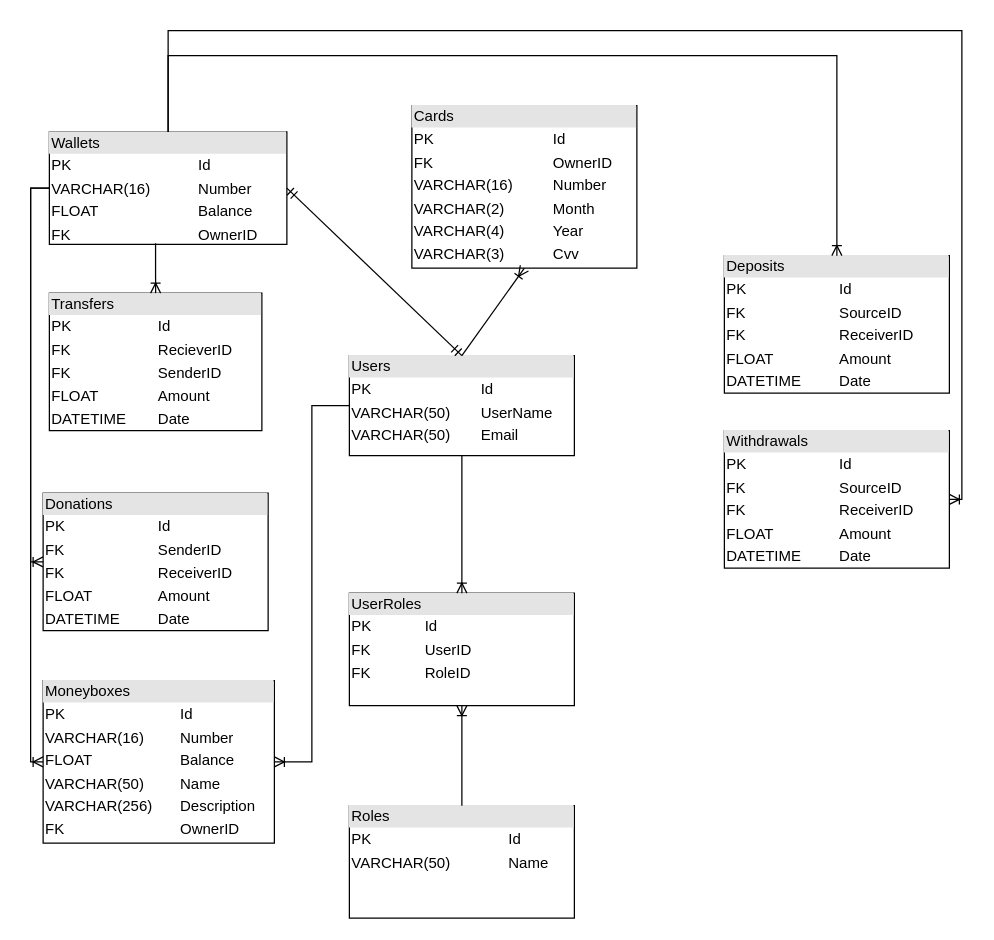
Above: db-scheme.drawio in medadon41/bsuir-dm-dbms (draw.io), before the change. Source tidied: cells renumbered, new cells numbered last; positions are measured from the earlier drawing's top-left corner, leaving out a move shared by most shapes. Both pictures are drawn from the tidied source at 125%, with x=0, y=0 at pixel (42, 30).
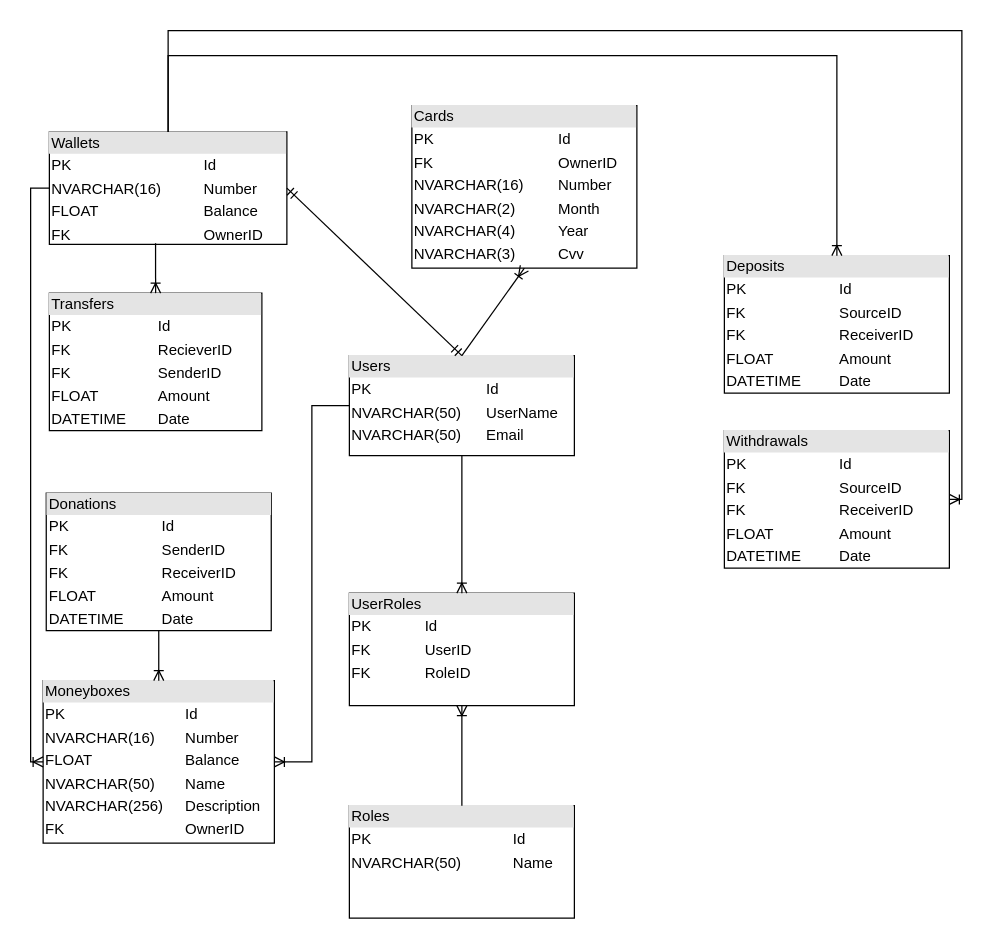
After the change.

Change to the diagram source:
```diff
@@
-    <mxCell id="2" value="&lt;div style=&quot;box-sizing: border-box ; width: 100% ; background: #e4e4e4 ; padding: 2px&quot;&gt;Users&lt;br&gt;&lt;/div&gt;&lt;table style=&quot;width: 100% ; font-size: 1em&quot; cellspacing=&quot;0&quot; cellpadding=&quot;2&quot;&gt;&lt;tbody&gt;&lt;tr&gt;&lt;td&gt;PK&lt;/td&gt;&lt;td&gt;Id&lt;br&gt;&lt;/td&gt;&lt;/tr&gt;&lt;tr&gt;&lt;td&gt;VARCHAR(50)&lt;br&gt;&lt;/td&gt;&lt;td&gt;UserName&lt;/td&gt;&lt;/tr&gt;&lt;tr&gt;&lt;td&gt;VARCHAR(50)&lt;br&gt;&lt;/td&gt;&lt;td&gt;Email&lt;/td&gt;&lt;/tr&gt;&lt;/tbody&gt;&lt;/table&gt;" style="verticalAlign=top;align=left;overflow=fill;html=1;" parent="1" vertex="1">
+    <mxCell id="2" value="&lt;div style=&quot;box-sizing: border-box ; width: 100% ; background: #e4e4e4 ; padding: 2px&quot;&gt;Users&lt;br&gt;&lt;/div&gt;&lt;table style=&quot;width: 100% ; font-size: 1em&quot; cellspacing=&quot;0&quot; cellpadding=&quot;2&quot;&gt;&lt;tbody&gt;&lt;tr&gt;&lt;td&gt;PK&lt;/td&gt;&lt;td&gt;Id&lt;br&gt;&lt;/td&gt;&lt;/tr&gt;&lt;tr&gt;&lt;td&gt;NVARCHAR(50)&lt;br&gt;&lt;/td&gt;&lt;td&gt;UserName&lt;/td&gt;&lt;/tr&gt;&lt;tr&gt;&lt;td&gt;NVARCHAR(50)&lt;br&gt;&lt;/td&gt;&lt;td&gt;Email&lt;/td&gt;&lt;/tr&gt;&lt;/tbody&gt;&lt;/table&gt;" style="verticalAlign=top;align=left;overflow=fill;html=1;" parent="1" vertex="1">
       <mxGeometry x="245" y="260" width="180" height="80" as="geometry" />
     </mxCell>
-    <mxCell id="3" value="&lt;div style=&quot;box-sizing: border-box ; width: 100% ; background: #e4e4e4 ; padding: 2px&quot;&gt;Cards&lt;br&gt;&lt;/div&gt;&lt;table style=&quot;width: 100% ; font-size: 1em&quot; cellspacing=&quot;0&quot; cellpadding=&quot;2&quot;&gt;&lt;tbody&gt;&lt;tr&gt;&lt;td&gt;PK&lt;/td&gt;&lt;td&gt;Id&lt;/td&gt;&lt;/tr&gt;&lt;tr&gt;&lt;td&gt;FK&lt;/td&gt;&lt;td&gt;OwnerID&lt;br&gt;&lt;/td&gt;&lt;/tr&gt;&lt;tr&gt;&lt;td&gt;VARCHAR(16)&lt;/td&gt;&lt;td&gt;Number&lt;/td&gt;&lt;/tr&gt;&lt;tr&gt;&lt;td&gt;VARCHAR(2)&lt;/td&gt;&lt;td&gt;Month&lt;br&gt;&lt;/td&gt;&lt;/tr&gt;&lt;tr&gt;&lt;td&gt;VARCHAR(4)&lt;/td&gt;&lt;td&gt;Year&lt;br&gt;&lt;/td&gt;&lt;/tr&gt;&lt;tr&gt;&lt;td&gt;VARCHAR(3)&lt;/td&gt;&lt;td&gt;Cvv&lt;br&gt;&lt;/td&gt;&lt;/tr&gt;&lt;/tbody&gt;&lt;/table&gt;" style="verticalAlign=top;align=left;overflow=fill;html=1;" parent="1" vertex="1">
+    <mxCell id="3" value="&lt;div style=&quot;box-sizing: border-box ; width: 100% ; background: #e4e4e4 ; padding: 2px&quot;&gt;Cards&lt;br&gt;&lt;/div&gt;&lt;table style=&quot;width: 100% ; font-size: 1em&quot; cellspacing=&quot;0&quot; cellpadding=&quot;2&quot;&gt;&lt;tbody&gt;&lt;tr&gt;&lt;td&gt;PK&lt;/td&gt;&lt;td&gt;Id&lt;/td&gt;&lt;/tr&gt;&lt;tr&gt;&lt;td&gt;FK&lt;/td&gt;&lt;td&gt;OwnerID&lt;br&gt;&lt;/td&gt;&lt;/tr&gt;&lt;tr&gt;&lt;td&gt;NVARCHAR(16)&lt;/td&gt;&lt;td&gt;Number&lt;/td&gt;&lt;/tr&gt;&lt;tr&gt;&lt;td&gt;NVARCHAR(2)&lt;/td&gt;&lt;td&gt;Month&lt;br&gt;&lt;/td&gt;&lt;/tr&gt;&lt;tr&gt;&lt;td&gt;NVARCHAR(4)&lt;/td&gt;&lt;td&gt;Year&lt;br&gt;&lt;/td&gt;&lt;/tr&gt;&lt;tr&gt;&lt;td&gt;NVARCHAR(3)&lt;/td&gt;&lt;td&gt;Cvv&lt;br&gt;&lt;/td&gt;&lt;/tr&gt;&lt;/tbody&gt;&lt;/table&gt;" style="verticalAlign=top;align=left;overflow=fill;html=1;" parent="1" vertex="1">
       <mxGeometry x="295" y="60" width="180" height="130" as="geometry" />
     </mxCell>
-    <mxCell id="4" value="&lt;div style=&quot;box-sizing: border-box ; width: 100% ; background: #e4e4e4 ; padding: 2px&quot;&gt;Wallets&lt;/div&gt;&lt;table style=&quot;width: 100% ; font-size: 1em&quot; cellspacing=&quot;0&quot; cellpadding=&quot;2&quot;&gt;&lt;tbody&gt;&lt;tr&gt;&lt;td&gt;PK&lt;/td&gt;&lt;td&gt;Id&lt;/td&gt;&lt;/tr&gt;&lt;tr&gt;&lt;td&gt;VARCHAR(16)&lt;/td&gt;&lt;td&gt;Number&lt;/td&gt;&lt;/tr&gt;&lt;tr&gt;&lt;td&gt;FLOAT&lt;br&gt;&lt;/td&gt;&lt;td&gt;Balance&lt;/td&gt;&lt;/tr&gt;&lt;tr&gt;&lt;td&gt;FK&lt;br&gt;&lt;/td&gt;&lt;td&gt;OwnerID&lt;br&gt;&lt;/td&gt;&lt;/tr&gt;&lt;tr&gt;&lt;td&gt;&lt;br&gt;&lt;/td&gt;&lt;td&gt;&lt;br&gt;&lt;/td&gt;&lt;/tr&gt;&lt;tr&gt;&lt;td&gt;&lt;br&gt;&lt;/td&gt;&lt;td&gt;&lt;br&gt;&lt;/td&gt;&lt;/tr&gt;&lt;tr&gt;&lt;td&gt;&lt;br&gt;&lt;/td&gt;&lt;td&gt;&lt;br&gt;&lt;/td&gt;&lt;/tr&gt;&lt;tr&gt;&lt;td&gt;&lt;br&gt;&lt;/td&gt;&lt;td&gt;&lt;br&gt;&lt;/td&gt;&lt;/tr&gt;&lt;/tbody&gt;&lt;/table&gt;" style="verticalAlign=top;align=left;overflow=fill;html=1;" parent="1" vertex="1">
+    <mxCell id="4" value="&lt;div style=&quot;box-sizing: border-box ; width: 100% ; background: #e4e4e4 ; padding: 2px&quot;&gt;Wallets&lt;/div&gt;&lt;table style=&quot;width: 100% ; font-size: 1em&quot; cellspacing=&quot;0&quot; cellpadding=&quot;2&quot;&gt;&lt;tbody&gt;&lt;tr&gt;&lt;td&gt;PK&lt;/td&gt;&lt;td&gt;Id&lt;/td&gt;&lt;/tr&gt;&lt;tr&gt;&lt;td&gt;NVARCHAR(16)&lt;/td&gt;&lt;td&gt;Number&lt;/td&gt;&lt;/tr&gt;&lt;tr&gt;&lt;td&gt;FLOAT&lt;br&gt;&lt;/td&gt;&lt;td&gt;Balance&lt;/td&gt;&lt;/tr&gt;&lt;tr&gt;&lt;td&gt;FK&lt;br&gt;&lt;/td&gt;&lt;td&gt;OwnerID&lt;br&gt;&lt;/td&gt;&lt;/tr&gt;&lt;tr&gt;&lt;td&gt;&lt;br&gt;&lt;/td&gt;&lt;td&gt;&lt;br&gt;&lt;/td&gt;&lt;/tr&gt;&lt;tr&gt;&lt;td&gt;&lt;br&gt;&lt;/td&gt;&lt;td&gt;&lt;br&gt;&lt;/td&gt;&lt;/tr&gt;&lt;tr&gt;&lt;td&gt;&lt;br&gt;&lt;/td&gt;&lt;td&gt;&lt;br&gt;&lt;/td&gt;&lt;/tr&gt;&lt;tr&gt;&lt;td&gt;&lt;br&gt;&lt;/td&gt;&lt;td&gt;&lt;br&gt;&lt;/td&gt;&lt;/tr&gt;&lt;/tbody&gt;&lt;/table&gt;" style="verticalAlign=top;align=left;overflow=fill;html=1;" parent="1" vertex="1">
       <mxGeometry x="5" y="81" width="190" height="90" as="geometry" />
     </mxCell>
@@
     <mxCell id="8" value="&lt;div style=&quot;box-sizing: border-box ; width: 100% ; background: #e4e4e4 ; padding: 2px&quot;&gt;Donations&lt;br&gt;&lt;/div&gt;&lt;table style=&quot;width: 100% ; font-size: 1em&quot; cellspacing=&quot;0&quot; cellpadding=&quot;2&quot;&gt;&lt;tbody&gt;&lt;tr&gt;&lt;td&gt;PK&lt;/td&gt;&lt;td&gt;Id&lt;/td&gt;&lt;/tr&gt;&lt;tr&gt;&lt;td&gt;FK&lt;/td&gt;&lt;td&gt;SenderID&lt;/td&gt;&lt;/tr&gt;&lt;tr&gt;&lt;td&gt;FK&lt;br&gt;&lt;/td&gt;&lt;td&gt;ReceiverID&lt;/td&gt;&lt;/tr&gt;&lt;tr&gt;&lt;td&gt;FLOAT&lt;br&gt;&lt;/td&gt;&lt;td&gt;Amount&lt;br&gt;&lt;/td&gt;&lt;/tr&gt;&lt;tr&gt;&lt;td&gt;DATETIME&lt;br&gt;&lt;/td&gt;&lt;td&gt;Date&lt;br&gt;&lt;/td&gt;&lt;/tr&gt;&lt;/tbody&gt;&lt;/table&gt;" style="verticalAlign=top;align=left;overflow=fill;html=1;" parent="1" vertex="1">
-      <mxGeometry y="370" width="180" height="110" as="geometry" />
+      <mxGeometry x="2.5" y="370" width="180" height="110" as="geometry" />
     </mxCell>
-    <mxCell id="9" value="&lt;div style=&quot;box-sizing: border-box ; width: 100% ; background: #e4e4e4 ; padding: 2px&quot;&gt;Moneyboxes&lt;br&gt;&lt;/div&gt;&lt;table style=&quot;width: 100% ; font-size: 1em&quot; cellspacing=&quot;0&quot; cellpadding=&quot;2&quot;&gt;&lt;tbody&gt;&lt;tr&gt;&lt;td&gt;PK&lt;/td&gt;&lt;td&gt;Id&lt;/td&gt;&lt;/tr&gt;&lt;tr&gt;&lt;td&gt;VARCHAR(16)&lt;/td&gt;&lt;td&gt;Number&lt;/td&gt;&lt;/tr&gt;&lt;tr&gt;&lt;td&gt;FLOAT&lt;br&gt;&lt;/td&gt;&lt;td&gt;Balance&lt;/td&gt;&lt;/tr&gt;&lt;tr&gt;&lt;td&gt;VARCHAR(50)&lt;br&gt;&lt;/td&gt;&lt;td&gt;Name&lt;br&gt;&lt;/td&gt;&lt;/tr&gt;&lt;tr&gt;&lt;td&gt;VARCHAR(256)&lt;br&gt;&lt;/td&gt;&lt;td&gt;Description&lt;br&gt;&lt;/td&gt;&lt;/tr&gt;&lt;tr&gt;&lt;td&gt;FK&lt;br&gt;&lt;/td&gt;&lt;td&gt;OwnerID&lt;br&gt;&lt;/td&gt;&lt;/tr&gt;&lt;tr&gt;&lt;td&gt;&lt;br&gt;&lt;/td&gt;&lt;td&gt;&lt;br&gt;&lt;/td&gt;&lt;/tr&gt;&lt;tr&gt;&lt;td&gt;&lt;br&gt;&lt;/td&gt;&lt;td&gt;&lt;br&gt;&lt;/td&gt;&lt;/tr&gt;&lt;tr&gt;&lt;td&gt;&lt;br&gt;&lt;/td&gt;&lt;td&gt;&lt;br&gt;&lt;/td&gt;&lt;/tr&gt;&lt;/tbody&gt;&lt;/table&gt;" style="verticalAlign=top;align=left;overflow=fill;html=1;" parent="1" vertex="1">
+    <mxCell id="9" value="&lt;div style=&quot;box-sizing: border-box ; width: 100% ; background: #e4e4e4 ; padding: 2px&quot;&gt;Moneyboxes&lt;br&gt;&lt;/div&gt;&lt;table style=&quot;width: 100% ; font-size: 1em&quot; cellspacing=&quot;0&quot; cellpadding=&quot;2&quot;&gt;&lt;tbody&gt;&lt;tr&gt;&lt;td&gt;PK&lt;/td&gt;&lt;td&gt;Id&lt;/td&gt;&lt;/tr&gt;&lt;tr&gt;&lt;td&gt;NVARCHAR(16)&lt;/td&gt;&lt;td&gt;Number&lt;/td&gt;&lt;/tr&gt;&lt;tr&gt;&lt;td&gt;FLOAT&lt;br&gt;&lt;/td&gt;&lt;td&gt;Balance&lt;/td&gt;&lt;/tr&gt;&lt;tr&gt;&lt;td&gt;NVARCHAR(50)&lt;br&gt;&lt;/td&gt;&lt;td&gt;Name&lt;br&gt;&lt;/td&gt;&lt;/tr&gt;&lt;tr&gt;&lt;td&gt;NVARCHAR(256)&lt;br&gt;&lt;/td&gt;&lt;td&gt;Description&lt;br&gt;&lt;/td&gt;&lt;/tr&gt;&lt;tr&gt;&lt;td&gt;FK&lt;br&gt;&lt;/td&gt;&lt;td&gt;OwnerID&lt;br&gt;&lt;/td&gt;&lt;/tr&gt;&lt;tr&gt;&lt;td&gt;&lt;br&gt;&lt;/td&gt;&lt;td&gt;&lt;br&gt;&lt;/td&gt;&lt;/tr&gt;&lt;tr&gt;&lt;td&gt;&lt;br&gt;&lt;/td&gt;&lt;td&gt;&lt;br&gt;&lt;/td&gt;&lt;/tr&gt;&lt;tr&gt;&lt;td&gt;&lt;br&gt;&lt;/td&gt;&lt;td&gt;&lt;br&gt;&lt;/td&gt;&lt;/tr&gt;&lt;/tbody&gt;&lt;/table&gt;" style="verticalAlign=top;align=left;overflow=fill;html=1;" parent="1" vertex="1">
       <mxGeometry y="520" width="185" height="130" as="geometry" />
     </mxCell>
-    <mxCell id="10" value="&lt;div style=&quot;box-sizing: border-box ; width: 100% ; background: #e4e4e4 ; padding: 2px&quot;&gt;Roles&lt;/div&gt;&lt;table style=&quot;width: 100% ; font-size: 1em&quot; cellspacing=&quot;0&quot; cellpadding=&quot;2&quot;&gt;&lt;tbody&gt;&lt;tr&gt;&lt;td&gt;PK&lt;/td&gt;&lt;td&gt;Id&lt;/td&gt;&lt;/tr&gt;&lt;tr&gt;&lt;td&gt;VARCHAR(50)&lt;/td&gt;&lt;td&gt;Name&lt;/td&gt;&lt;/tr&gt;&lt;tr&gt;&lt;td&gt;&lt;br&gt;&lt;/td&gt;&lt;td&gt;&lt;br&gt;&lt;/td&gt;&lt;/tr&gt;&lt;/tbody&gt;&lt;/table&gt;" style="verticalAlign=top;align=left;overflow=fill;html=1;" parent="1" vertex="1">
+    <mxCell id="10" value="&lt;div style=&quot;box-sizing: border-box ; width: 100% ; background: #e4e4e4 ; padding: 2px&quot;&gt;Roles&lt;/div&gt;&lt;table style=&quot;width: 100% ; font-size: 1em&quot; cellspacing=&quot;0&quot; cellpadding=&quot;2&quot;&gt;&lt;tbody&gt;&lt;tr&gt;&lt;td&gt;PK&lt;/td&gt;&lt;td&gt;Id&lt;/td&gt;&lt;/tr&gt;&lt;tr&gt;&lt;td&gt;NVARCHAR(50)&lt;/td&gt;&lt;td&gt;Name&lt;/td&gt;&lt;/tr&gt;&lt;tr&gt;&lt;td&gt;&lt;br&gt;&lt;/td&gt;&lt;td&gt;&lt;br&gt;&lt;/td&gt;&lt;/tr&gt;&lt;/tbody&gt;&lt;/table&gt;" style="verticalAlign=top;align=left;overflow=fill;html=1;" parent="1" vertex="1">
       <mxGeometry x="245" y="620" width="180" height="90" as="geometry" />
     </mxCell>
@@
-    <mxCell id="17" style="edgeStyle=orthogonalEdgeStyle;fontSize=12;html=1;endArrow=ERoneToMany;rounded=0;strokeColor=default;entryX=0;entryY=0.5;entryDx=0;entryDy=0;exitX=0;exitY=0.5;exitDx=0;exitDy=0;" parent="1" edge="1" source="4" target="8">
-      <mxGeometry relative="1" as="geometry" />
-    </mxCell>
@@
+    <mxCell id="22" style="fontSize=12;html=1;endArrow=ERoneToMany;rounded=0;exitX=0.5;exitY=1;exitDx=0;exitDy=0;entryX=0.5;entryY=0;entryDx=0;entryDy=0;" parent="1" edge="1" source="8" target="9">
+      <mxGeometry relative="1" as="geometry" />
+    </mxCell>
```
